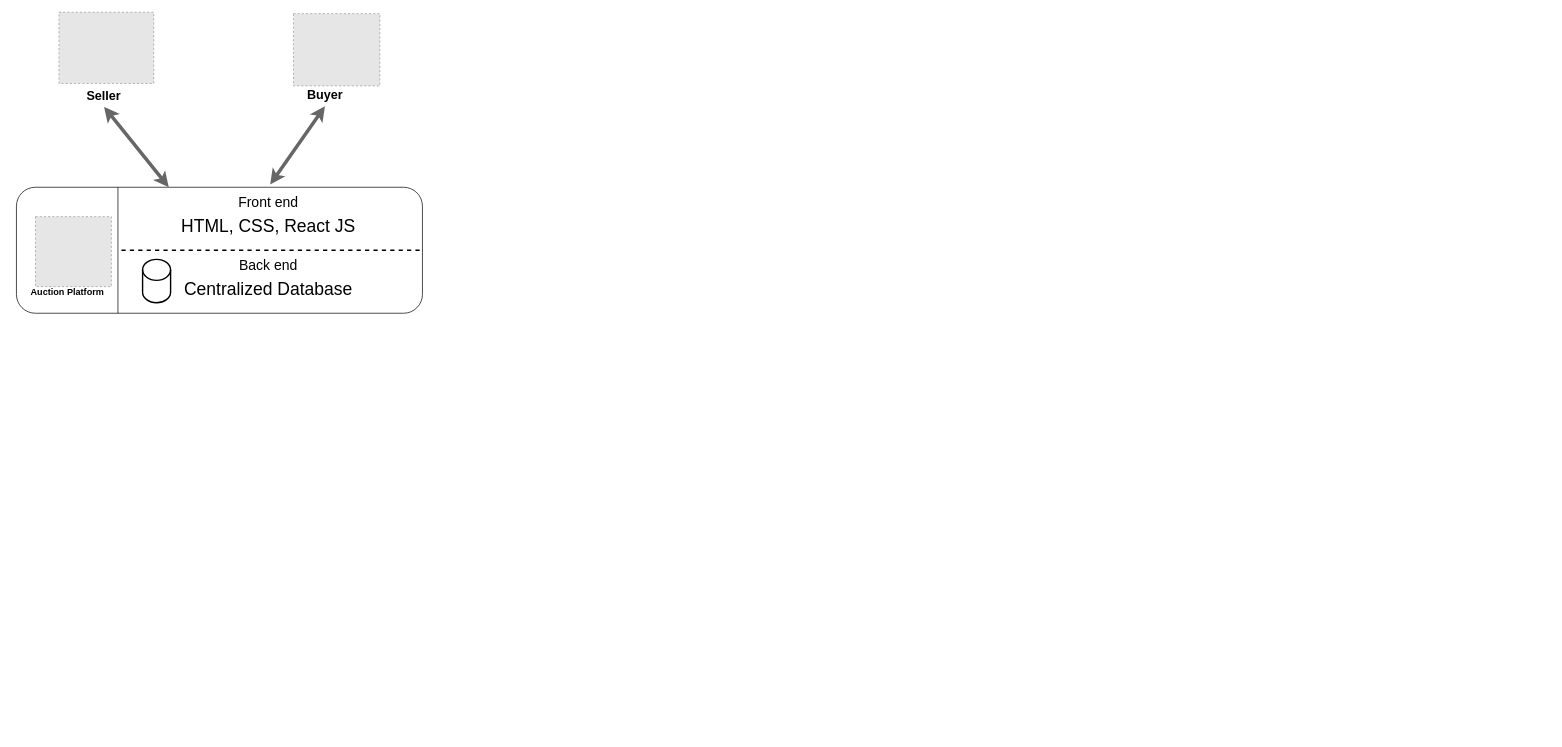
The draw.io diagram E-Auction Standard.drawio in ariesharry/Diagrams, before the edit. Source tidied: cells renumbered, new cells numbered last; positions are measured from the earlier drawing's top-left corner, leaving out a move shared by most shapes. Both pictures are drawn from the tidied source at 70%, with x=0, y=0 at pixel (11, 12). Pictures stored in the file or linked from it are replaced by grey dashed boxes.
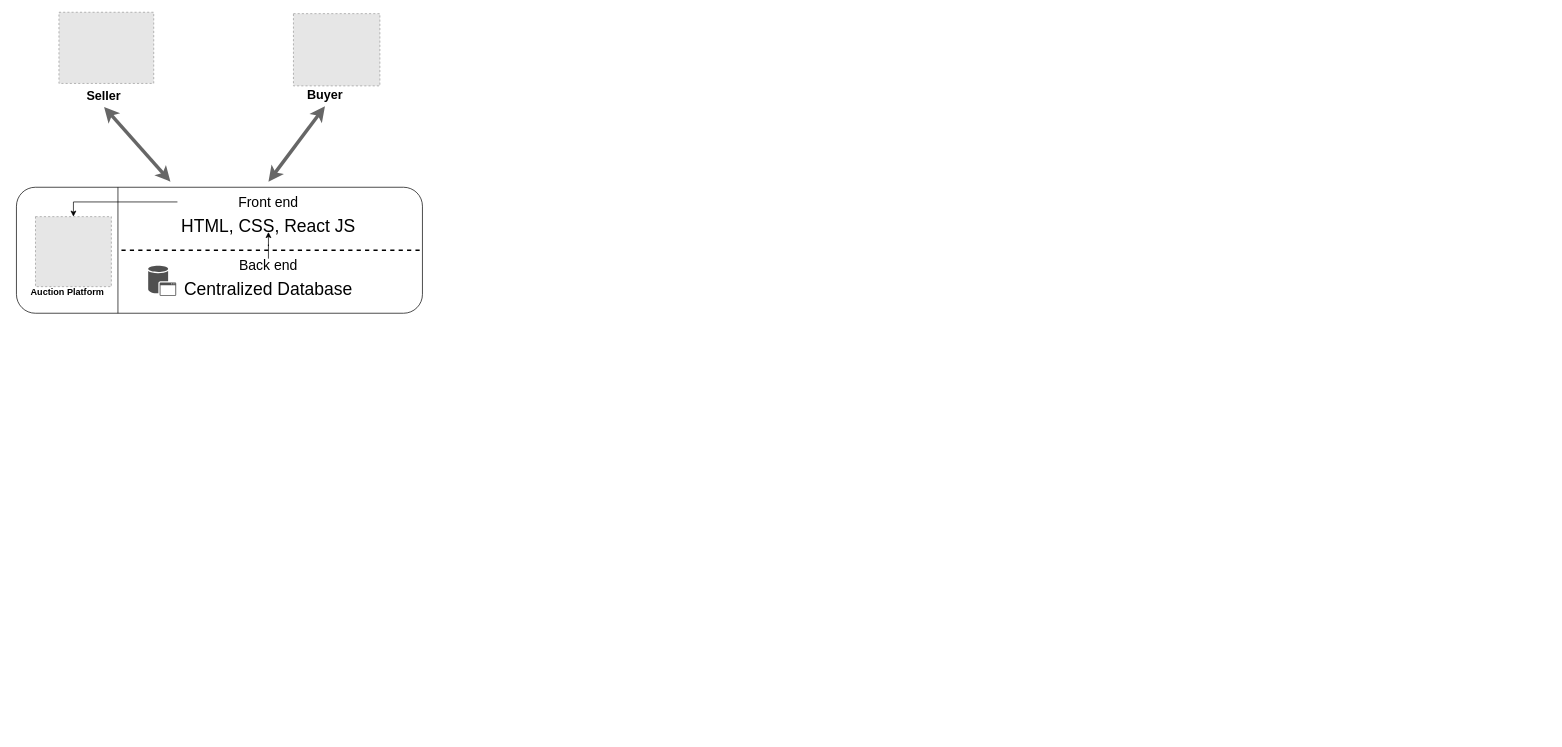
The same page after the edit.

The change refers to these unchanged cells:
```xml
<mxCell id="2" style="rounded=1;whiteSpace=wrap;html=1;fontSize=18;" parent="1" vertex="1">
  <mxGeometry x="7" y="250" width="580" height="180" as="geometry" />
</mxCell>
<mxCell id="5" style="fillColor=#E6E6E6;strokeColor=#999999;dashed=1;verticalLabelPosition=bottom;labelBackgroundColor=default;verticalAlign=top;" parent="1" vertex="1">
  <mxGeometry x="34.2" y="292" width="108.4" height="100" as="geometry" />
</mxCell>
<mxCell id="12" value="&lt;b&gt;&lt;font style=&quot;font-size: 18px;&quot;&gt;Buyer&lt;/font&gt;&lt;/b&gt;" style="text;html=1;strokeColor=none;fillColor=none;align=center;verticalAlign=middle;whiteSpace=wrap;rounded=0;" parent="1" vertex="1">
  <mxGeometry x="392.7" y="104.2" width="110" height="30" as="geometry" />
</mxCell>
<mxCell id="13" value="&lt;b&gt;&lt;font style=&quot;font-size: 18px;&quot;&gt;Seller&lt;/font&gt;&lt;/b&gt;" style="text;html=1;strokeColor=none;fillColor=none;align=center;verticalAlign=middle;whiteSpace=wrap;rounded=0;" parent="1" vertex="1">
  <mxGeometry x="77.2" y="105.2" width="110" height="30" as="geometry" />
</mxCell>
<mxCell id="14" value="&lt;span style=&quot;font-size: 20px;&quot;&gt;&lt;font style=&quot;font-size: 20px;&quot;&gt;Front end&lt;/font&gt;&lt;/span&gt;" style="text;html=1;strokeColor=none;fillColor=none;align=center;verticalAlign=middle;whiteSpace=wrap;rounded=0;strokeWidth=4;fontSize=20;fontStyle=0;" parent="1" vertex="1">
  <mxGeometry x="237" y="262" width="260" height="18" as="geometry" />
</mxCell>
<mxCell id="17" value="&lt;span style=&quot;font-size: 25px;&quot;&gt;&lt;font style=&quot;font-size: 25px;&quot;&gt;HTML, CSS, React JS&lt;/font&gt;&lt;/span&gt;" style="text;html=1;strokeColor=none;fillColor=none;align=center;verticalAlign=middle;whiteSpace=wrap;rounded=0;strokeWidth=4;fontSize=25;fontStyle=0;" parent="1" vertex="1">
  <mxGeometry x="237" y="296" width="260" height="18" as="geometry" />
</mxCell>
<mxCell id="18" value="&lt;span style=&quot;font-size: 20px;&quot;&gt;&lt;font style=&quot;font-size: 20px;&quot;&gt;Back end&lt;/font&gt;&lt;/span&gt;" style="text;html=1;strokeColor=none;fillColor=none;align=center;verticalAlign=middle;whiteSpace=wrap;rounded=0;strokeWidth=4;fontSize=20;fontStyle=0;" parent="1" vertex="1">
  <mxGeometry x="237" y="352" width="260" height="18" as="geometry" />
</mxCell>
```

Change to the diagram source:
```diff
@@
-    <mxCell id="7" style="endArrow=classic;startArrow=classic;html=1;rounded=0;fontSize=18;strokeWidth=5;fillColor=#f5f5f5;strokeColor=#666666;entryX=0.625;entryY=-0.022;entryDx=0;entryDy=0;entryPerimeter=0;exitX=0.5;exitY=1;exitDx=0;exitDy=0;" parent="1" edge="1" source="12" target="2">
-      <mxGeometry relative="1" as="geometry" />
+    <mxCell id="7" style="endArrow=classic;startArrow=classic;html=1;rounded=0;fontSize=18;strokeWidth=5;fillColor=#f5f5f5;strokeColor=#666666;exitX=0.5;exitY=1;exitDx=0;exitDy=0;" parent="1" edge="1" source="12">
+      <mxGeometry relative="1" as="geometry">
+        <mxPoint x="367" y="242" as="targetPoint" />
+      </mxGeometry>
     </mxCell>
-    <mxCell id="8" style="endArrow=classic;startArrow=classic;html=1;rounded=0;fontSize=18;strokeWidth=5;fillColor=#f5f5f5;strokeColor=#666666;exitX=0.5;exitY=1;exitDx=0;exitDy=0;" parent="1" edge="1" source="13" target="2">
-      <mxGeometry relative="1" as="geometry" />
+    <mxCell id="8" style="endArrow=classic;startArrow=classic;html=1;rounded=0;fontSize=18;strokeWidth=5;fillColor=#f5f5f5;strokeColor=#666666;exitX=0.5;exitY=1;exitDx=0;exitDy=0;" parent="1" edge="1" source="13">
+      <mxGeometry relative="1" as="geometry">
+        <mxPoint x="227" y="242" as="targetPoint" />
+      </mxGeometry>
     </mxCell>
@@
+    <mxCell id="20" style="edgeStyle=orthogonalEdgeStyle;rounded=0;jettySize=auto;html=1;" parent="1" edge="1" source="14" target="5">
+      <mxGeometry relative="1" as="geometry" />
+    </mxCell>
@@
-    <mxCell id="16" style="shape=cylinder3;whiteSpace=wrap;html=1;boundedLbl=1;backgroundOutline=1;size=15;strokeWidth=2;fontSize=32;fillColor=none;strokeColor=default;" parent="1" vertex="1">
-      <mxGeometry x="187.2" y="353" width="40" height="62" as="geometry" />
-    </mxCell>
@@
+    <mxCell id="21" style="edgeStyle=orthogonalEdgeStyle;rounded=0;jettySize=auto;html=1;" parent="1" edge="1" source="18" target="17">
+      <mxGeometry relative="1" as="geometry" />
+    </mxCell>
@@
+    <mxCell id="22" style="sketch=0;shadow=0;dashed=0;html=1;strokeColor=none;fillColor=#505050;labelPosition=center;verticalLabelPosition=bottom;verticalAlign=top;align=center;shape=mxgraph.office.databases.application_store;" parent="1" vertex="1">
+      <mxGeometry x="195.2" y="362" width="40" height="43" as="geometry" />
+    </mxCell>
```
